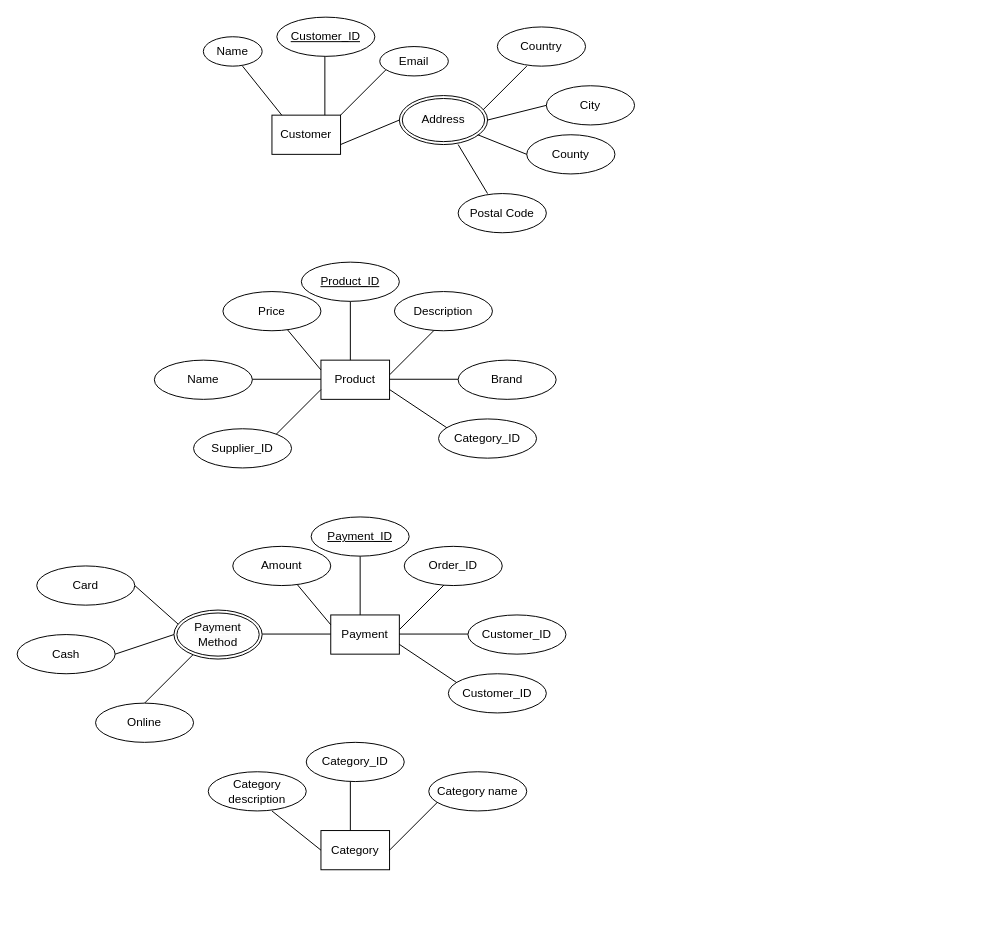
Before: E_R_Diagram/Shalvi_ER.drawio in diego-karsa/Data-Management-Group-15, a draw.io diagram. Source tidied: cells renumbered, new cells numbered last; positions are measured from the earlier drawing's top-left corner, leaving out a move shared by most shapes. Both pictures are drawn from the tidied source at 98%, with x=0, y=0 at pixel (17, 17).
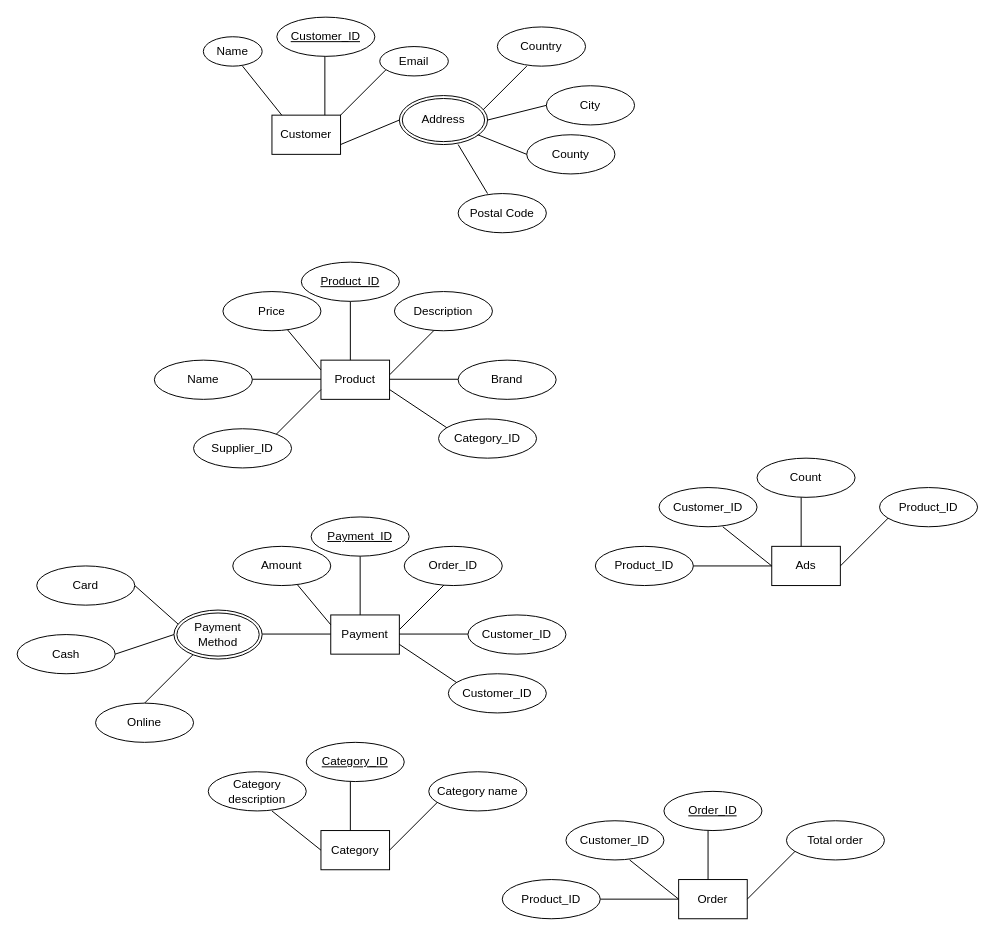
The same diagram, later.

What changed in the source:
```diff
@@
-    <mxCell id="59" value="Category_ID" style="ellipse;whiteSpace=wrap;html=1;" parent="1" vertex="1">
+    <mxCell id="59" value="&lt;u&gt;Category_ID&lt;/u&gt;" style="ellipse;whiteSpace=wrap;html=1;" parent="1" vertex="1">
       <mxGeometry x="295" y="740" width="100" height="40" as="geometry" />
     </mxCell>
+    <mxCell id="60" value="Order" style="rounded=0;whiteSpace=wrap;html=1;" parent="1" vertex="1">
+      <mxGeometry x="675" y="880" width="70" height="40" as="geometry" />
+    </mxCell>
+    <mxCell id="61" style="endArrow=none;html=1;" parent="1" edge="1">
+      <mxGeometry relative="1" as="geometry">
+        <mxPoint x="625" y="860" as="sourcePoint" />
+        <mxPoint x="675" y="900" as="targetPoint" />
+      </mxGeometry>
+    </mxCell>
+    <mxCell id="62" style="endArrow=none;html=1;" parent="1" edge="1">
+      <mxGeometry relative="1" as="geometry">
+        <mxPoint x="705" y="880" as="sourcePoint" />
+        <mxPoint x="705" y="830" as="targetPoint" />
+      </mxGeometry>
+    </mxCell>
+    <mxCell id="63" style="endArrow=none;html=1;" parent="1" edge="1">
+      <mxGeometry relative="1" as="geometry">
+        <mxPoint x="745" y="900" as="sourcePoint" />
+        <mxPoint x="795" y="850" as="targetPoint" />
+      </mxGeometry>
+    </mxCell>
+    <mxCell id="64" value="Customer_ID" style="ellipse;whiteSpace=wrap;html=1;" parent="1" vertex="1">
+      <mxGeometry x="560" y="820" width="100" height="40" as="geometry" />
+    </mxCell>
+    <mxCell id="65" value="Total order" style="ellipse;whiteSpace=wrap;html=1;" parent="1" vertex="1">
+      <mxGeometry x="785" y="820" width="100" height="40" as="geometry" />
+    </mxCell>
+    <mxCell id="66" value="&lt;u&gt;Order_ID&lt;/u&gt;" style="ellipse;whiteSpace=wrap;html=1;" parent="1" vertex="1">
+      <mxGeometry x="660" y="790" width="100" height="40" as="geometry" />
+    </mxCell>
+    <mxCell id="67" style="endArrow=none;html=1;entryX=0;entryY=0.5;entryDx=0;entryDy=0;" parent="1" edge="1" target="60">
+      <mxGeometry relative="1" as="geometry">
+        <mxPoint x="595" y="900" as="sourcePoint" />
+      </mxGeometry>
+    </mxCell>
+    <mxCell id="68" value="Product_ID" style="ellipse;whiteSpace=wrap;html=1;" parent="1" vertex="1">
+      <mxGeometry x="495" y="880" width="100" height="40" as="geometry" />
+    </mxCell>
+    <mxCell id="69" value="Ads" style="rounded=0;whiteSpace=wrap;html=1;" parent="1" vertex="1">
+      <mxGeometry x="770" y="540" width="70" height="40" as="geometry" />
+    </mxCell>
+    <mxCell id="70" style="endArrow=none;html=1;" parent="1" edge="1">
+      <mxGeometry relative="1" as="geometry">
+        <mxPoint x="720" y="520" as="sourcePoint" />
+        <mxPoint x="770" y="560" as="targetPoint" />
+      </mxGeometry>
+    </mxCell>
+    <mxCell id="71" style="endArrow=none;html=1;" parent="1" edge="1">
+      <mxGeometry relative="1" as="geometry">
+        <mxPoint x="800" y="540" as="sourcePoint" />
+        <mxPoint x="800" y="490" as="targetPoint" />
+      </mxGeometry>
+    </mxCell>
+    <mxCell id="72" style="endArrow=none;html=1;" parent="1" edge="1">
+      <mxGeometry relative="1" as="geometry">
+        <mxPoint x="840" y="560" as="sourcePoint" />
+        <mxPoint x="890" y="510" as="targetPoint" />
+      </mxGeometry>
+    </mxCell>
+    <mxCell id="73" value="Customer_ID" style="ellipse;whiteSpace=wrap;html=1;" parent="1" vertex="1">
+      <mxGeometry x="655" y="480" width="100" height="40" as="geometry" />
+    </mxCell>
+    <mxCell id="74" value="Product_ID" style="ellipse;whiteSpace=wrap;html=1;" parent="1" vertex="1">
+      <mxGeometry x="880" y="480" width="100" height="40" as="geometry" />
+    </mxCell>
+    <mxCell id="75" value="Count" style="ellipse;whiteSpace=wrap;html=1;" parent="1" vertex="1">
+      <mxGeometry x="755" y="450" width="100" height="40" as="geometry" />
+    </mxCell>
+    <mxCell id="76" style="endArrow=none;html=1;entryX=0;entryY=0.5;entryDx=0;entryDy=0;" parent="1" edge="1" target="69">
+      <mxGeometry relative="1" as="geometry">
+        <mxPoint x="690" y="560" as="sourcePoint" />
+      </mxGeometry>
+    </mxCell>
+    <mxCell id="77" value="Product_ID" style="ellipse;whiteSpace=wrap;html=1;" parent="1" vertex="1">
+      <mxGeometry x="590" y="540" width="100" height="40" as="geometry" />
+    </mxCell>
```
